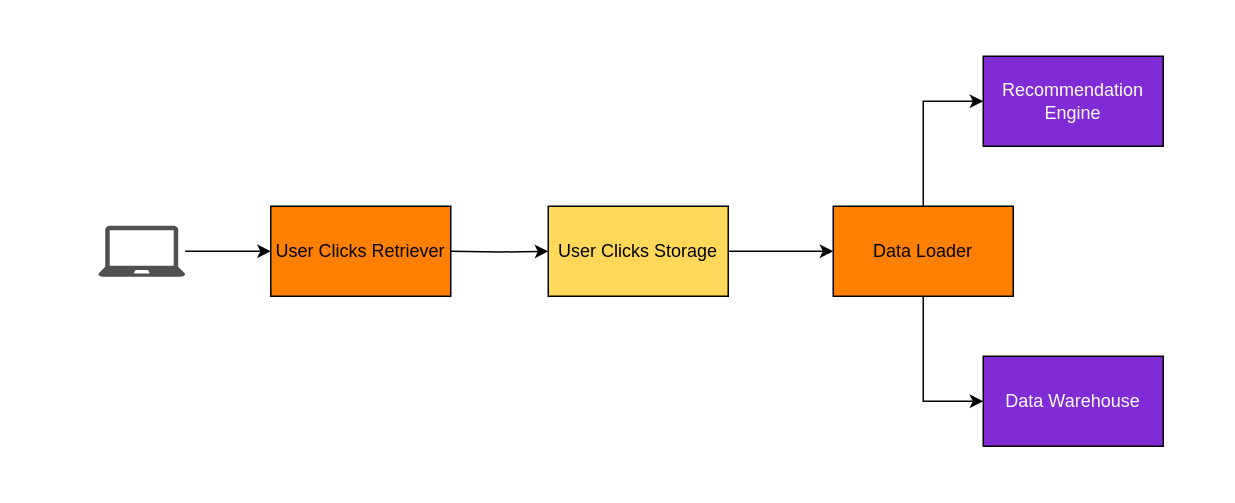
Before: user-clicks-analysis-flow.drawio in nevillio/hello-world, a draw.io diagram. Source tidied: cells renumbered, new cells numbered last; positions are measured from the earlier drawing's top-left corner, leaving out a move shared by most shapes. Both pictures are drawn from the tidied source at 150%, with x=0, y=0 at pixel (98, 56).
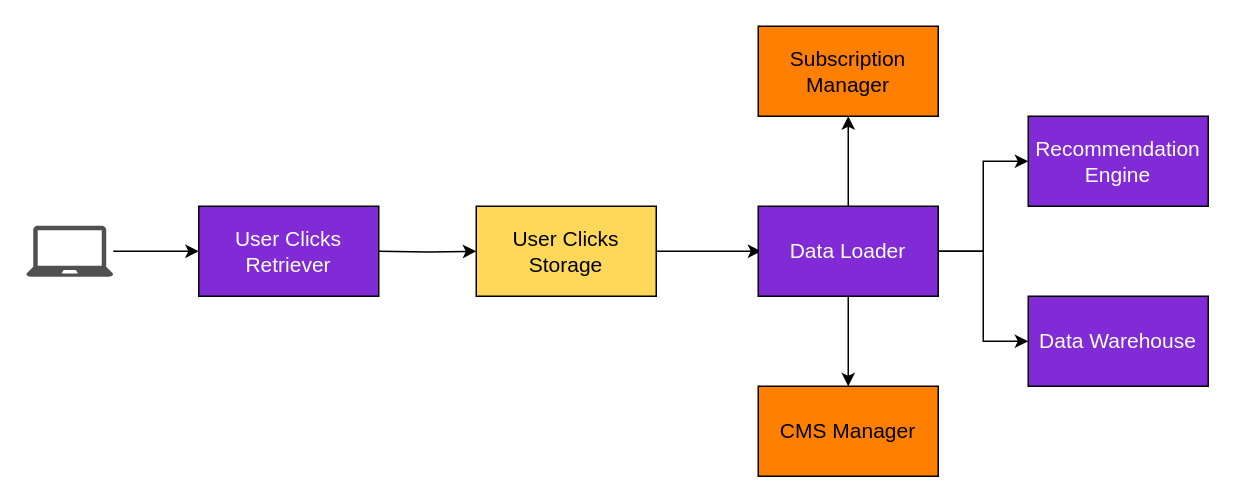
The same page after the edit.

The edit, as a diff of the source:
```diff
@@
 <mxGraphModel>
   <root>
     <mxCell id="0" />
     <mxCell id="1" parent="0" />
-    <mxCell id="2" value="&lt;font color=&quot;#ffffff&quot;&gt;Data Warehouse&lt;/font&gt;" style="rounded=0;whiteSpace=wrap;html=1;fillColor=#812BD6;" parent="1" vertex="1">
-      <mxGeometry x="590" y="200" width="120" height="60" as="geometry" />
+    <mxCell id="2" value="&lt;font style=&quot;font-size: 14px;&quot; color=&quot;#ffffff&quot;&gt;Data Warehouse&lt;/font&gt;" style="rounded=0;whiteSpace=wrap;html=1;fillColor=#812BD6;" parent="1" vertex="1">
+      <mxGeometry x="620" y="160" width="120" height="60" as="geometry" />
     </mxCell>
-    <mxCell id="3" style="edgeStyle=orthogonalEdgeStyle;rounded=0;jettySize=auto;html=1;entryX=0;entryY=0.5;entryDx=0;entryDy=0;" parent="1" edge="1" source="4" target="11">
-      <mxGeometry relative="1" as="geometry" />
+    <mxCell id="3" style="edgeStyle=orthogonalEdgeStyle;rounded=0;jettySize=auto;html=1;entryX=0;entryY=0.5;entryDx=0;entryDy=0;" parent="1" edge="1" source="4">
+      <mxGeometry relative="1" as="geometry">
+        <mxPoint x="442" y="130" as="targetPoint" />
+      </mxGeometry>
     </mxCell>
-    <mxCell id="4" value="User Clicks Storage" style="rounded=0;whiteSpace=wrap;html=1;fillColor=#FFD859;" parent="1" vertex="1">
-      <mxGeometry x="300" y="100" width="120" height="60" as="geometry" />
+    <mxCell id="4" value="&lt;font style=&quot;font-size: 14px;&quot;&gt;User Clicks Storage&lt;/font&gt;" style="rounded=0;whiteSpace=wrap;html=1;fillColor=#FFD859;" parent="1" vertex="1">
+      <mxGeometry x="252" y="100" width="120" height="60" as="geometry" />
     </mxCell>
     <mxCell id="5" style="edgeStyle=orthogonalEdgeStyle;rounded=0;jettySize=auto;html=1;" parent="1" edge="1" target="4">
       <mxGeometry relative="1" as="geometry">
-        <mxPoint x="235" y="130" as="sourcePoint" />
+        <mxPoint x="187" y="130" as="sourcePoint" />
       </mxGeometry>
     </mxCell>
     <mxCell id="6" style="edgeStyle=orthogonalEdgeStyle;rounded=0;jettySize=auto;html=1;" parent="1" edge="1" source="7">
       <mxGeometry relative="1" as="geometry">
-        <mxPoint x="115" y="130" as="targetPoint" />
+        <mxPoint x="67" y="130" as="targetPoint" />
       </mxGeometry>
     </mxCell>
     <mxCell id="7" style="sketch=0;shadow=0;dashed=0;html=1;strokeColor=none;fillColor=#505050;labelPosition=center;verticalLabelPosition=bottom;verticalAlign=top;outlineConnect=0;align=center;shape=mxgraph.office.devices.laptop;" parent="1" vertex="1">
-      <mxGeometry y="113" width="58" height="34" as="geometry" />
+      <mxGeometry x="-48" y="113" width="58" height="34" as="geometry" />
     </mxCell>
-    <mxCell id="8" value="User Clicks Retriever" style="rounded=0;whiteSpace=wrap;html=1;fillColor=#FF8000;" parent="1" vertex="1">
-      <mxGeometry x="115" y="100" width="120" height="60" as="geometry" />
+    <mxCell id="8" value="&lt;font color=&quot;#ffffff&quot; style=&quot;font-size: 14px;&quot;&gt;User Clicks Retriever&lt;/font&gt;" style="rounded=0;whiteSpace=wrap;html=1;fillColor=#812BD6;" parent="1" vertex="1">
+      <mxGeometry x="67" y="100" width="120" height="60" as="geometry" />
     </mxCell>
+    <mxCell id="13" style="edgeStyle=orthogonalEdgeStyle;rounded=0;jettySize=auto;html=1;" parent="1" edge="1" source="11" target="16">
+      <mxGeometry relative="1" as="geometry" />
+    </mxCell>
+    <mxCell id="14" style="edgeStyle=orthogonalEdgeStyle;rounded=0;jettySize=auto;html=1;" parent="1" edge="1" source="11" target="15">
+      <mxGeometry relative="1" as="geometry" />
+    </mxCell>
-    <mxCell id="9" style="edgeStyle=orthogonalEdgeStyle;rounded=0;jettySize=auto;html=1;entryX=0;entryY=0.5;entryDx=0;entryDy=0;" parent="1" edge="1" source="11" target="12">
+    <mxCell id="9" style="edgeStyle=orthogonalEdgeStyle;rounded=0;jettySize=auto;html=1;" parent="1" edge="1" source="11" target="12">
       <mxGeometry relative="1" as="geometry" />
     </mxCell>
     <mxCell id="10" style="edgeStyle=orthogonalEdgeStyle;rounded=0;jettySize=auto;html=1;entryX=0;entryY=0.5;entryDx=0;entryDy=0;" parent="1" edge="1" source="11" target="2">
       <mxGeometry relative="1" as="geometry" />
     </mxCell>
-    <mxCell id="11" value="Data Loader" style="rounded=0;whiteSpace=wrap;html=1;fillColor=#FF8000;" parent="1" vertex="1">
-      <mxGeometry x="490" y="100" width="120" height="60" as="geometry" />
+    <mxCell id="11" value="&lt;font style=&quot;font-size: 14px;&quot; color=&quot;#ffffff&quot;&gt;Data Loader&lt;/font&gt;" style="rounded=0;whiteSpace=wrap;html=1;fillColor=#812BD6;" parent="1" vertex="1">
+      <mxGeometry x="440" y="100" width="120" height="60" as="geometry" />
     </mxCell>
-    <mxCell id="12" value="&lt;font color=&quot;#ffffff&quot;&gt;Recommendation Engine&lt;/font&gt;" style="rounded=0;whiteSpace=wrap;html=1;fillColor=#812BD6;" parent="1" vertex="1">
-      <mxGeometry x="590" width="120" height="60" as="geometry" />
+    <mxCell id="12" value="&lt;font style=&quot;font-size: 14px;&quot; color=&quot;#ffffff&quot;&gt;Recommendation Engine&lt;/font&gt;" style="rounded=0;whiteSpace=wrap;html=1;fillColor=#812BD6;" parent="1" vertex="1">
+      <mxGeometry x="620" y="40" width="120" height="60" as="geometry" />
     </mxCell>
+    <mxCell id="15" value="&lt;font style=&quot;font-size: 14px;&quot;&gt;Subscription Manager&lt;/font&gt;" style="rounded=0;whiteSpace=wrap;html=1;fillColor=#FF8000;" parent="1" vertex="1">
+      <mxGeometry x="440" y="-20" width="120" height="60" as="geometry" />
+    </mxCell>
+    <mxCell id="16" value="&lt;font style=&quot;font-size: 14px;&quot;&gt;CMS Manager&lt;/font&gt;" style="rounded=0;whiteSpace=wrap;html=1;fillColor=#FF8000;" parent="1" vertex="1">
+      <mxGeometry x="440" y="220" width="120" height="60" as="geometry" />
+    </mxCell>
   </root>
 </mxGraphModel>
```
